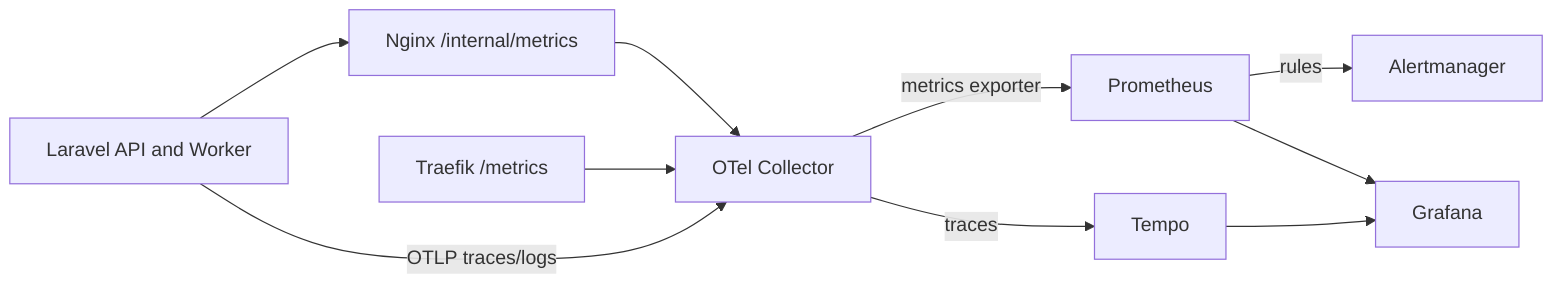
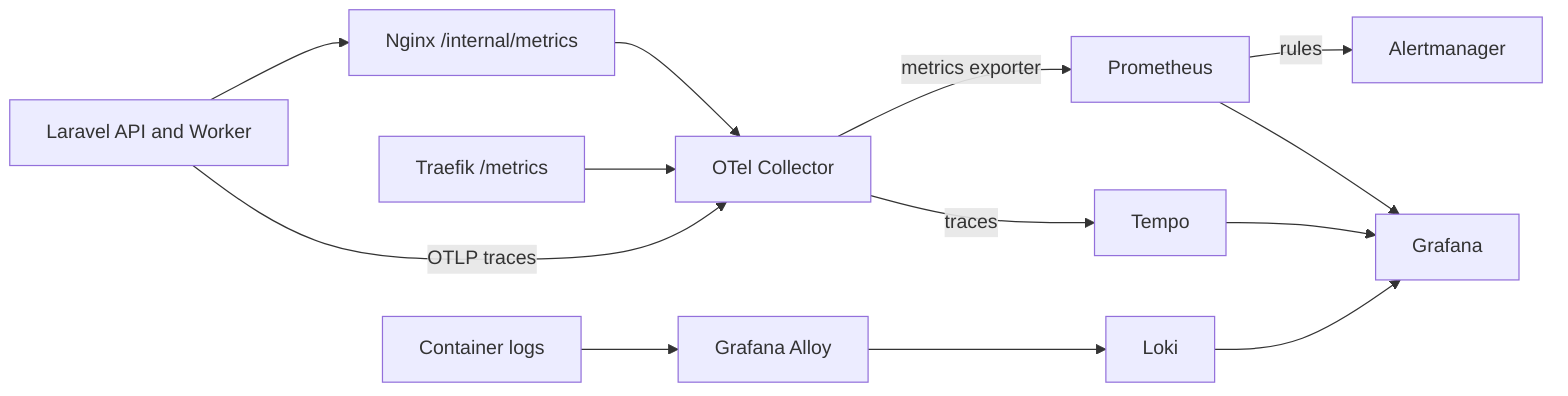
flowchart LR
  app["Laravel API and Worker"]
  nginx["Nginx /internal/metrics"]
  traefik["Traefik /metrics"]
  otel["OTel Collector"]
  prom["Prometheus"]
  tempo["Tempo"]
  grafana["Grafana"]
  alerts["Alertmanager"]
+   logs["Container logs"]
+   alloy["Grafana Alloy"]
+   loki["Loki"]

  app --> nginx
  nginx --> otel
  traefik --> otel
-   app -- OTLP traces/logs --> otel
+   app -- OTLP traces --> otel
  otel -- metrics exporter --> prom
  otel -- traces --> tempo
  prom -- rules --> alerts
  prom --> grafana
  tempo --> grafana
+   logs --> alloy
+   alloy --> loki
+   loki --> grafana
